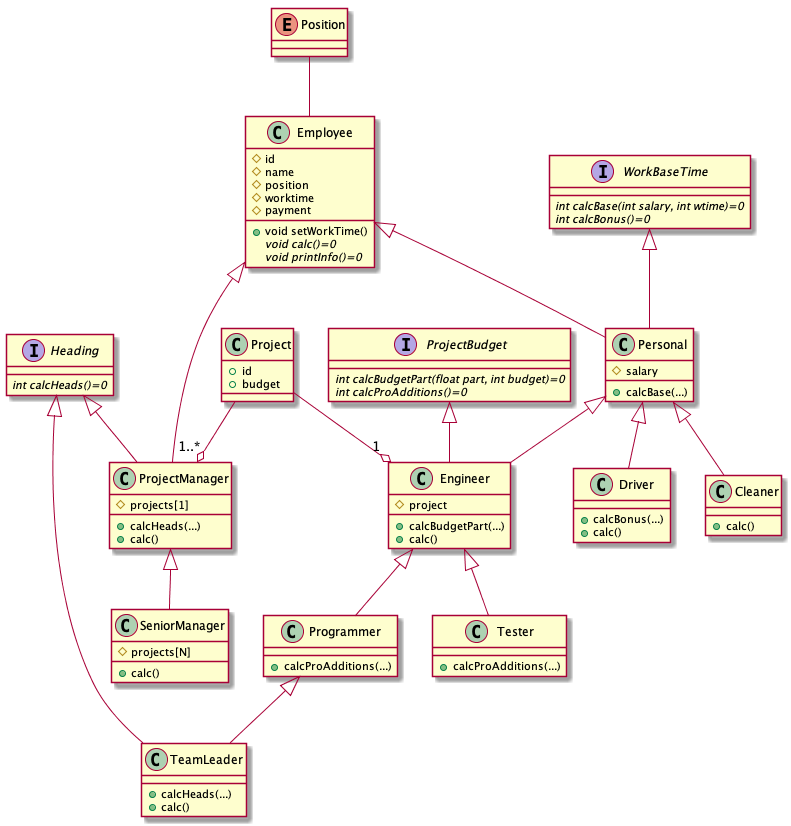
UskovaElena/tp-lab-6 keeps this PlantUML diagram as img/staff.png. Above is the earlier version. Source of this version:
```plantuml
@startuml

enum Position
class Project {
    + id
    + budget
}

Position -- Employee
Project --o "1" Engineer
Project --o "1..*" ProjectManager

class Employee {
    # id
    # name
    # position
    # worktime
    # payment
    + void setWorkTime()
    {abstract} void calc()=0
    {abstract} void printInfo()=0
}
class Personal {
    # salary
    + calcBase(...)
}
class Cleaner {
    + calc()
}
class Driver {
    + calcBonus(...)
    + calc()
}
class Engineer {
    # project
    + calcBudgetPart(...)
    + calc()
}
class Programmer {
    + calcProAdditions(...)
}
class Tester {
    + calcProAdditions(...)
}
class TeamLeader {
    + calcHeads(...)
    + calc()
}
class ProjectManager {
    # projects[1]
    + calcHeads(...)
    + calc()
}
class SeniorManager {
    # projects[N]
    + calc()
}

interface WorkBaseTime {
    {abstract} int calcBase(int salary, int wtime)=0
    {abstract} int calcBonus()=0
}
interface ProjectBudget {
    {abstract} int calcBudgetPart(float part, int budget)=0
    {abstract} int calcProAdditions()=0
}
interface Heading {
    {abstract} int calcHeads()=0
}

Employee <|-- Personal
Personal <|-- Engineer

WorkBaseTime <|-- Personal

ProjectBudget <|-- Engineer

Personal <|-- Cleaner
Personal <|-- Driver

Engineer <|-- Programmer
Engineer <|-- Tester
Programmer <|-- TeamLeader

Employee <|-- ProjectManager
ProjectManager <|-- SeniorManager

Heading <|-- TeamLeader
Heading <|-- ProjectManager

@enduml
```
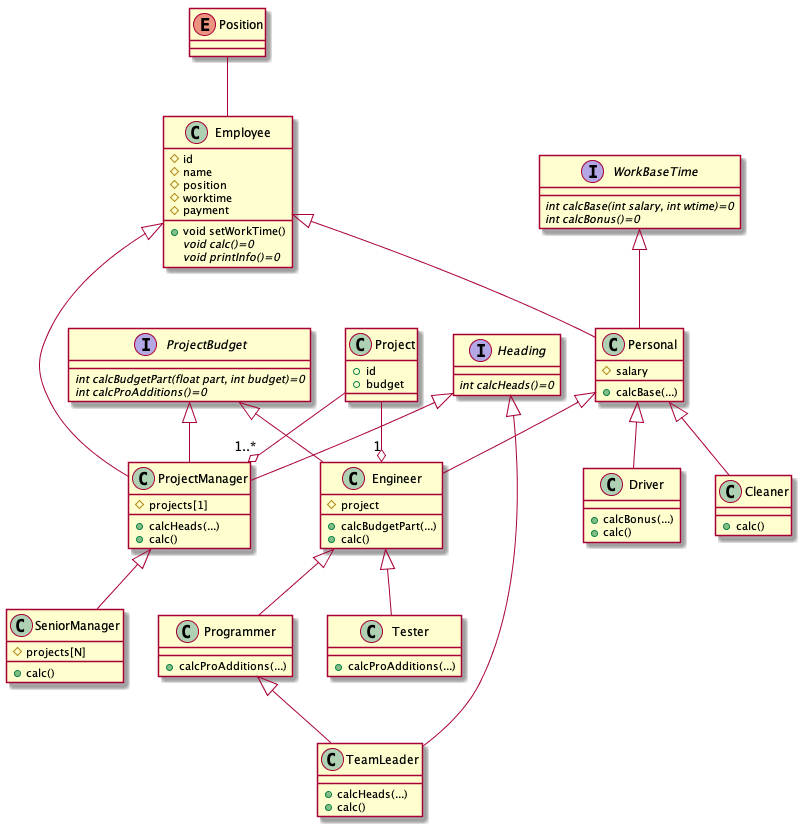
The same file after the commit.

Diff of the diagram source:
```diff
@@ -74,6 +74,7 @@
 WorkBaseTime <|-- Personal
 
 ProjectBudget <|-- Engineer
+ProjectBudget <|-- ProjectManager
 
 Personal <|-- Cleaner
 Personal <|-- Driver
```
